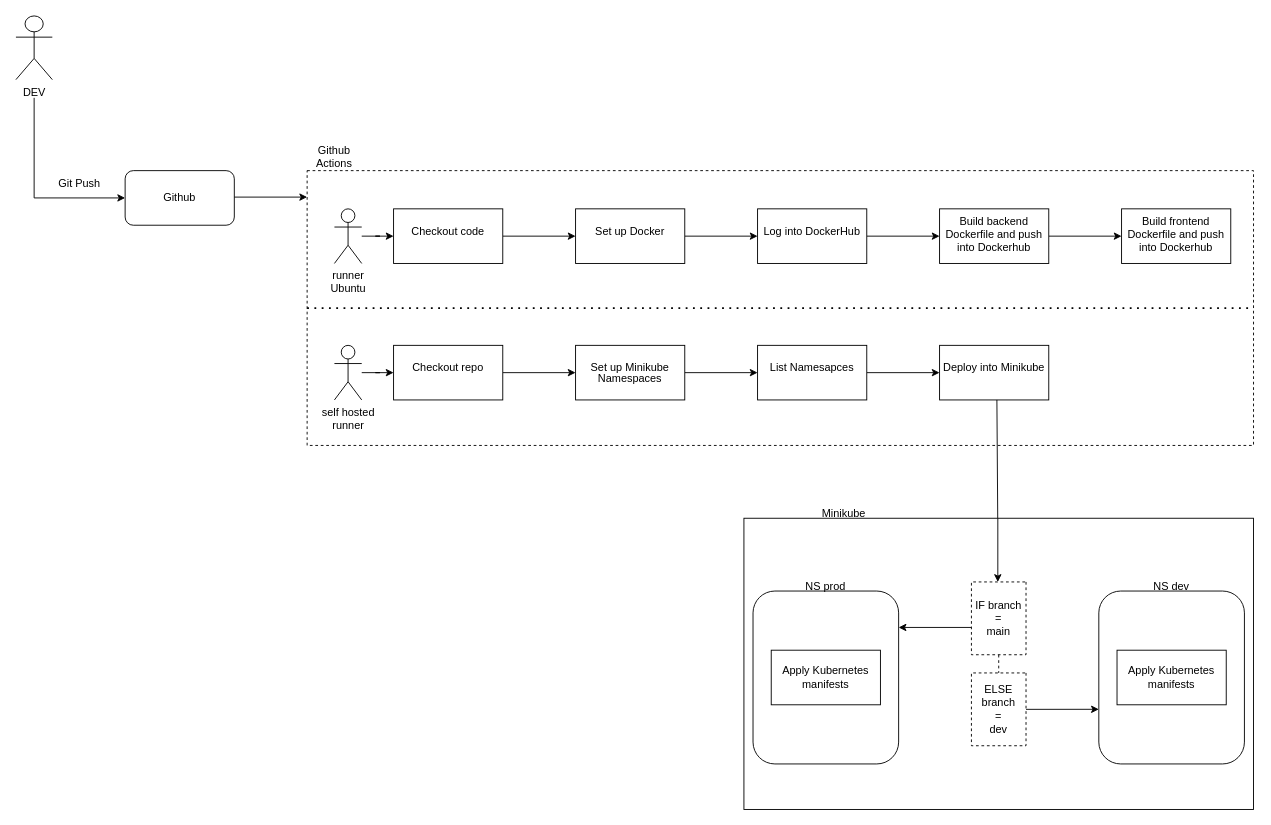
This is Untitled Diagram.drawio from federicogfb/craftech-academy-final-2021, a draw.io file, before an edit. Source tidied: cells renumbered, new cells numbered last; positions are measured from the earlier drawing's top-left corner, leaving out a move shared by most shapes. Both pictures are drawn from the tidied source at 91%, with x=0, y=0 at pixel (15, 15).
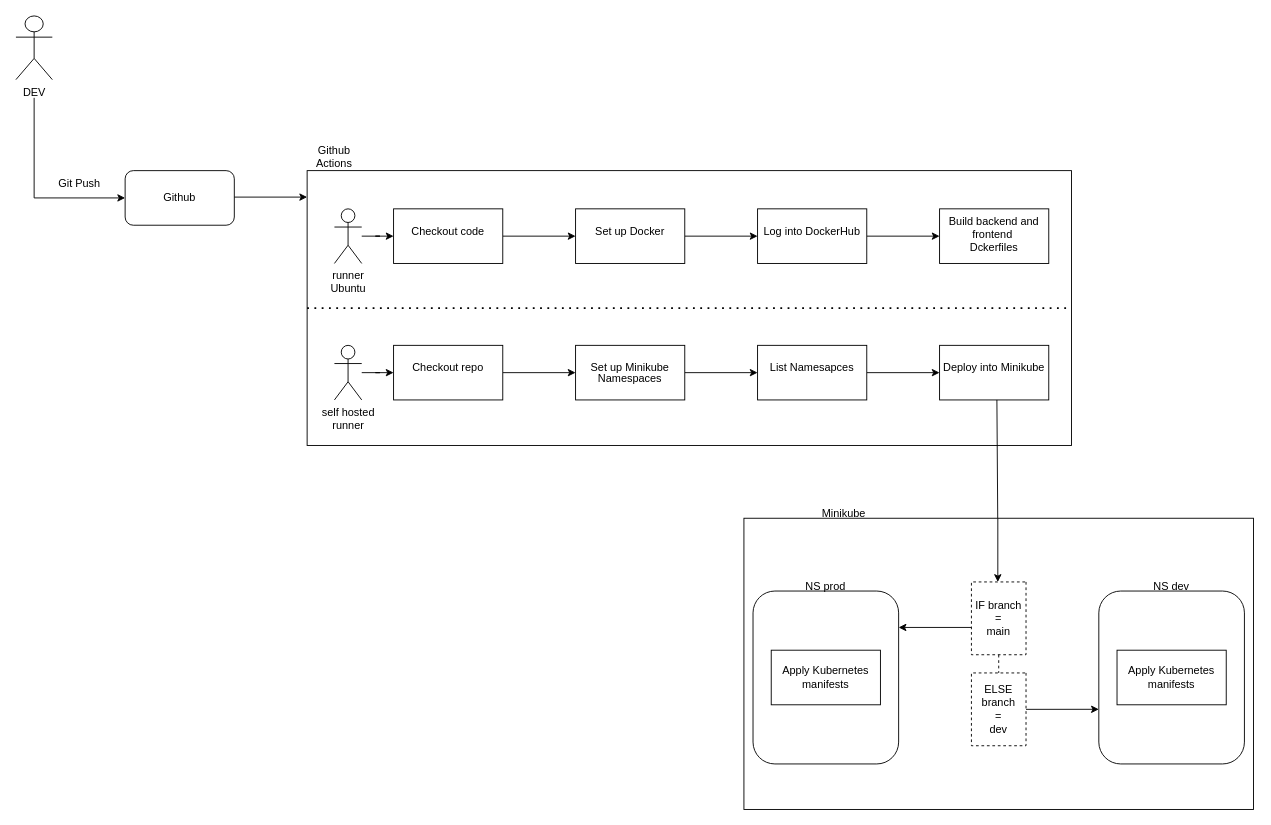
After the change.

The edit, as a diff of the source:
```diff
@@
-    <mxCell id="6" style="rounded=0;whiteSpace=wrap;html=1;dashed=1;" parent="1" vertex="1">
-      <mxGeometry x="320" y="170" width="1040" height="302" as="geometry" />
+    <mxCell id="6" style="rounded=0;whiteSpace=wrap;html=1;" parent="1" vertex="1">
+      <mxGeometry x="320" y="170" width="840" height="302" as="geometry" />
     </mxCell>
@@
-    <mxCell id="18" style="edgeStyle=orthogonalEdgeStyle;rounded=0;jettySize=auto;html=1;" parent="1" edge="1" source="19" target="20">
-      <mxGeometry relative="1" as="geometry" />
-    </mxCell>
-    <mxCell id="19" value="Build backend Dockerfile and push into Dockerhub" style="whiteSpace=wrap;html=1;verticalAlign=top;" parent="1" vertex="1">
+    <mxCell id="19" value="&lt;div&gt;Build backend and frontend&amp;nbsp;&lt;/div&gt;&lt;div&gt;Dckerfiles&lt;/div&gt;" style="whiteSpace=wrap;html=1;verticalAlign=top;" parent="1" vertex="1">
       <mxGeometry x="1015" y="212" width="120" height="60" as="geometry" />
     </mxCell>
-    <mxCell id="20" value="Build frontend Dockerfile and push into Dockerhub" style="whiteSpace=wrap;html=1;verticalAlign=top;" parent="1" vertex="1">
-      <mxGeometry x="1215" y="212" width="120" height="60" as="geometry" />
-    </mxCell>
```
